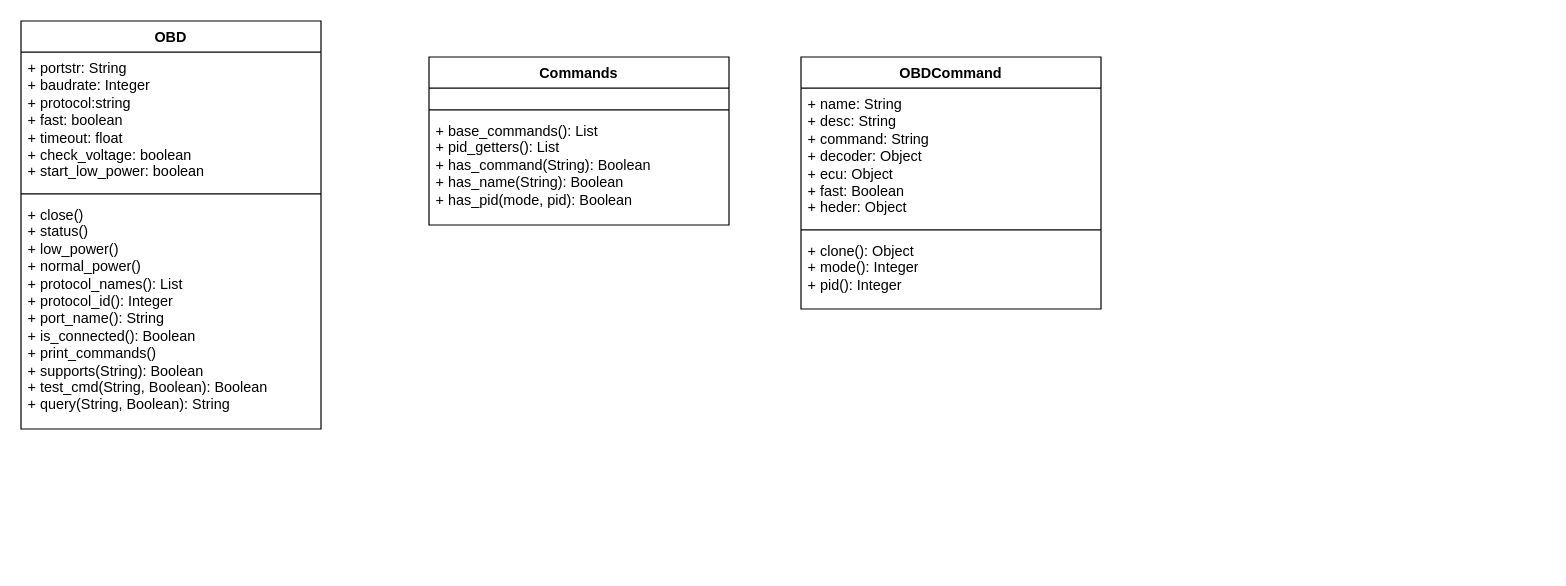
The draw.io diagram docs/python-OBD.drawio in ironiot/bcit-issp, before the edit. Source tidied: cells renumbered, new cells numbered last; positions are measured from the earlier drawing's top-left corner, leaving out a move shared by most shapes. Both pictures are drawn from the tidied source at 120%, with x=0, y=0 at pixel (20, 20).
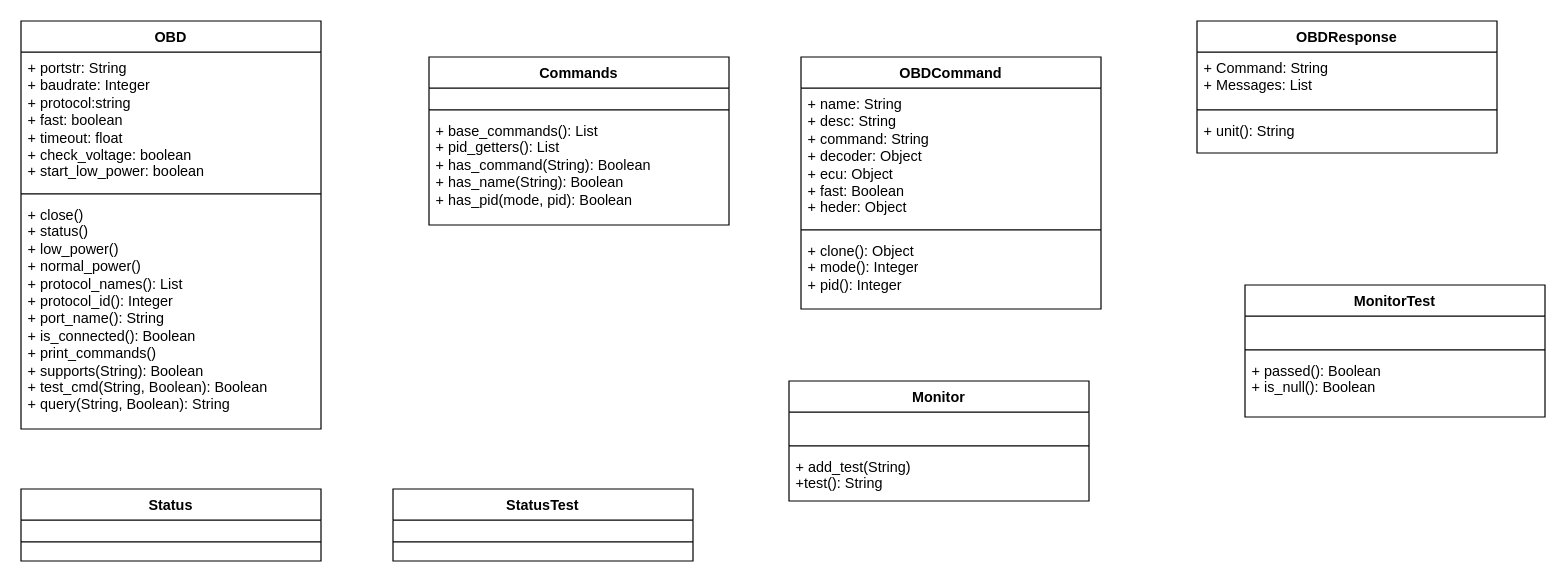
The same page after the edit.

Commit message (it also covers changes not shown here):
added a UML class diagram for MonitorTest class

What changed in the source:
```diff
@@
+    <mxCell id="14" value="OBDResponse" style="swimlane;fontStyle=1;align=center;verticalAlign=top;horizontal=1;startSize=26;whiteSpace=wrap;html=1;" parent="1" vertex="1">
+      <mxGeometry x="980" width="250" height="110" as="geometry" />
+    </mxCell>
+    <mxCell id="15" value="&lt;div&gt;+ Command: String&lt;/div&gt;&lt;div&gt;+ Messages: List&lt;/div&gt;&lt;div&gt;&lt;br&gt;&lt;/div&gt;" style="text;strokeColor=none;fillColor=none;align=left;verticalAlign=top;spacingLeft=4;spacingRight=4;overflow=hidden;whiteSpace=wrap;html=1;" parent="14" vertex="1">
+      <mxGeometry y="26" width="250" height="44" as="geometry" />
+    </mxCell>
+    <mxCell id="16" style="line;strokeWidth=1;fillColor=none;align=left;verticalAlign=middle;spacingTop=-1;spacingLeft=3;spacingRight=3;labelPosition=right;strokeColor=inherit;" parent="14" vertex="1">
+      <mxGeometry y="70" width="250" height="8" as="geometry" />
+    </mxCell>
+    <mxCell id="17" value="&lt;div&gt;+ unit(): String&lt;/div&gt;" style="text;strokeColor=none;fillColor=none;align=left;verticalAlign=top;spacingLeft=4;spacingRight=4;overflow=hidden;whiteSpace=wrap;html=1;" parent="14" vertex="1">
+      <mxGeometry y="78" width="250" height="32" as="geometry" />
+    </mxCell>
+    <mxCell id="18" value="Status" style="swimlane;fontStyle=1;align=center;verticalAlign=top;horizontal=1;startSize=26;whiteSpace=wrap;html=1;" parent="1" vertex="1">
+      <mxGeometry y="390" width="250" height="60" as="geometry" />
+    </mxCell>
+    <mxCell id="19" value="&lt;div&gt;&lt;br&gt;&lt;/div&gt;" style="text;strokeColor=none;fillColor=none;align=left;verticalAlign=top;spacingLeft=4;spacingRight=4;overflow=hidden;whiteSpace=wrap;html=1;" parent="18" vertex="1">
+      <mxGeometry y="26" width="250" height="14" as="geometry" />
+    </mxCell>
+    <mxCell id="20" style="line;strokeWidth=1;fillColor=none;align=left;verticalAlign=middle;spacingTop=-1;spacingLeft=3;spacingRight=3;labelPosition=right;strokeColor=inherit;" parent="18" vertex="1">
+      <mxGeometry y="40" width="250" height="8" as="geometry" />
+    </mxCell>
+    <mxCell id="21" value="&lt;div&gt;&lt;br&gt;&lt;/div&gt;" style="text;strokeColor=none;fillColor=none;align=left;verticalAlign=top;spacingLeft=4;spacingRight=4;overflow=hidden;whiteSpace=wrap;html=1;" parent="18" vertex="1">
+      <mxGeometry y="48" width="250" height="12" as="geometry" />
+    </mxCell>
+    <mxCell id="22" value="StatusTest" style="swimlane;fontStyle=1;align=center;verticalAlign=top;horizontal=1;startSize=26;whiteSpace=wrap;html=1;" parent="1" vertex="1">
+      <mxGeometry x="310" y="390" width="250" height="60" as="geometry" />
+    </mxCell>
+    <mxCell id="23" value="&lt;div&gt;&lt;br&gt;&lt;/div&gt;" style="text;strokeColor=none;fillColor=none;align=left;verticalAlign=top;spacingLeft=4;spacingRight=4;overflow=hidden;whiteSpace=wrap;html=1;" parent="22" vertex="1">
+      <mxGeometry y="26" width="250" height="14" as="geometry" />
+    </mxCell>
+    <mxCell id="24" style="line;strokeWidth=1;fillColor=none;align=left;verticalAlign=middle;spacingTop=-1;spacingLeft=3;spacingRight=3;labelPosition=right;strokeColor=inherit;" parent="22" vertex="1">
+      <mxGeometry y="40" width="250" height="8" as="geometry" />
+    </mxCell>
+    <mxCell id="25" value="&lt;div&gt;&lt;br&gt;&lt;/div&gt;" style="text;strokeColor=none;fillColor=none;align=left;verticalAlign=top;spacingLeft=4;spacingRight=4;overflow=hidden;whiteSpace=wrap;html=1;" parent="22" vertex="1">
+      <mxGeometry y="48" width="250" height="12" as="geometry" />
+    </mxCell>
+    <mxCell id="26" value="Monitor" style="swimlane;fontStyle=1;align=center;verticalAlign=top;horizontal=1;startSize=26;whiteSpace=wrap;html=1;" parent="1" vertex="1">
+      <mxGeometry x="640" y="300" width="250" height="100" as="geometry" />
+    </mxCell>
+    <mxCell id="27" value="&lt;div&gt;&lt;br&gt;&lt;/div&gt;" style="text;strokeColor=none;fillColor=none;align=left;verticalAlign=top;spacingLeft=4;spacingRight=4;overflow=hidden;whiteSpace=wrap;html=1;" parent="26" vertex="1">
+      <mxGeometry y="26" width="250" height="24" as="geometry" />
+    </mxCell>
+    <mxCell id="28" style="line;strokeWidth=1;fillColor=none;align=left;verticalAlign=middle;spacingTop=-1;spacingLeft=3;spacingRight=3;labelPosition=right;strokeColor=inherit;" parent="26" vertex="1">
+      <mxGeometry y="50" width="250" height="8" as="geometry" />
+    </mxCell>
+    <mxCell id="29" value="+ add_test(String)&lt;div&gt;+test(): String&lt;/div&gt;&lt;div&gt;&lt;br&gt;&lt;/div&gt;" style="text;strokeColor=none;fillColor=none;align=left;verticalAlign=top;spacingLeft=4;spacingRight=4;overflow=hidden;whiteSpace=wrap;html=1;" parent="26" vertex="1">
+      <mxGeometry y="58" width="250" height="42" as="geometry" />
+    </mxCell>
+    <mxCell id="30" value="MonitorTest" style="swimlane;fontStyle=1;align=center;verticalAlign=top;horizontal=1;startSize=26;whiteSpace=wrap;html=1;" parent="1" vertex="1">
+      <mxGeometry x="1020" y="220" width="250" height="110" as="geometry" />
+    </mxCell>
+    <mxCell id="31" value="&lt;div&gt;&lt;br&gt;&lt;/div&gt;" style="text;strokeColor=none;fillColor=none;align=left;verticalAlign=top;spacingLeft=4;spacingRight=4;overflow=hidden;whiteSpace=wrap;html=1;" parent="30" vertex="1">
+      <mxGeometry y="26" width="250" height="24" as="geometry" />
+    </mxCell>
+    <mxCell id="32" style="line;strokeWidth=1;fillColor=none;align=left;verticalAlign=middle;spacingTop=-1;spacingLeft=3;spacingRight=3;labelPosition=right;strokeColor=inherit;" parent="30" vertex="1">
+      <mxGeometry y="50" width="250" height="8" as="geometry" />
+    </mxCell>
+    <mxCell id="33" value="&lt;div&gt;+ passed(): Boolean&lt;/div&gt;&lt;div&gt;+ is_null(): Boolean&lt;/div&gt;&lt;div&gt;&lt;br&gt;&lt;/div&gt;" style="text;strokeColor=none;fillColor=none;align=left;verticalAlign=top;spacingLeft=4;spacingRight=4;overflow=hidden;whiteSpace=wrap;html=1;" parent="30" vertex="1">
+      <mxGeometry y="58" width="250" height="52" as="geometry" />
+    </mxCell>
```
